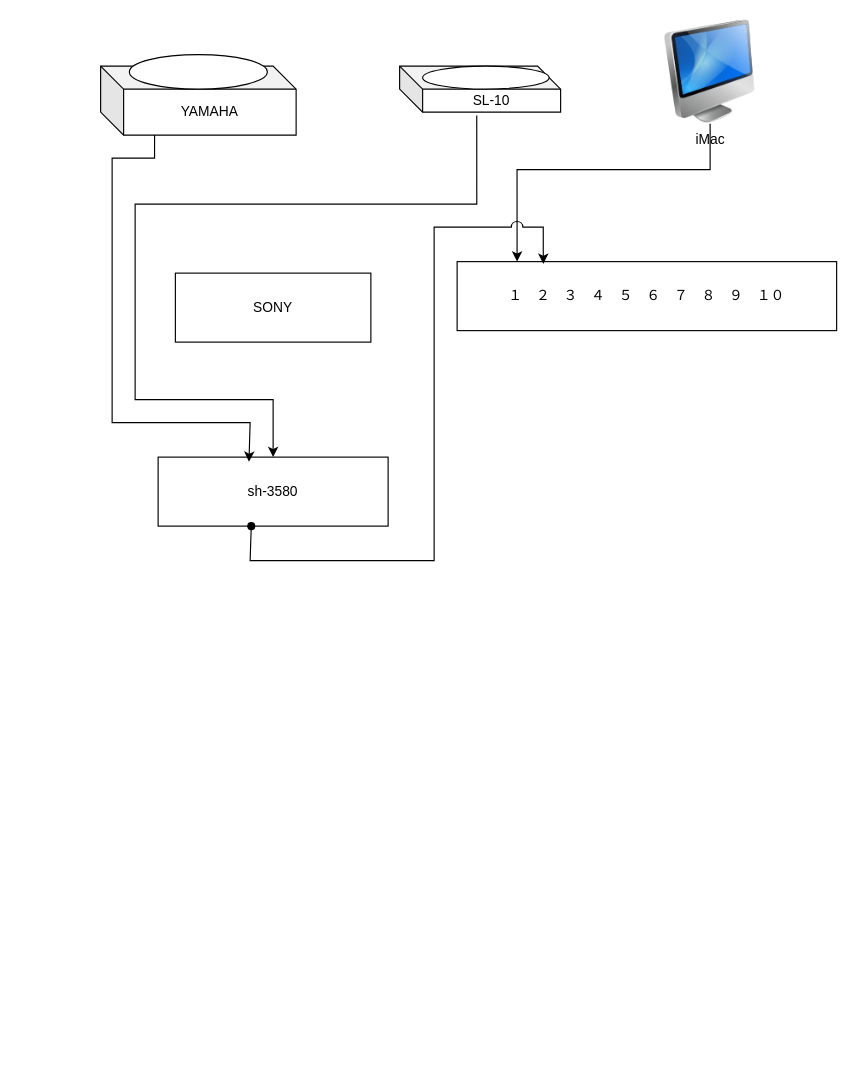
Earlier version of the draw.io diagram 名称未設定ファイル.drawio (kenzi-taka/audio-diagram). Source tidied: cells renumbered, new cells numbered last; positions are measured from the earlier drawing's top-left corner, leaving out a move shared by most shapes. Both pictures are drawn from the tidied source at 115%, with x=0, y=0 at pixel (100, 20).
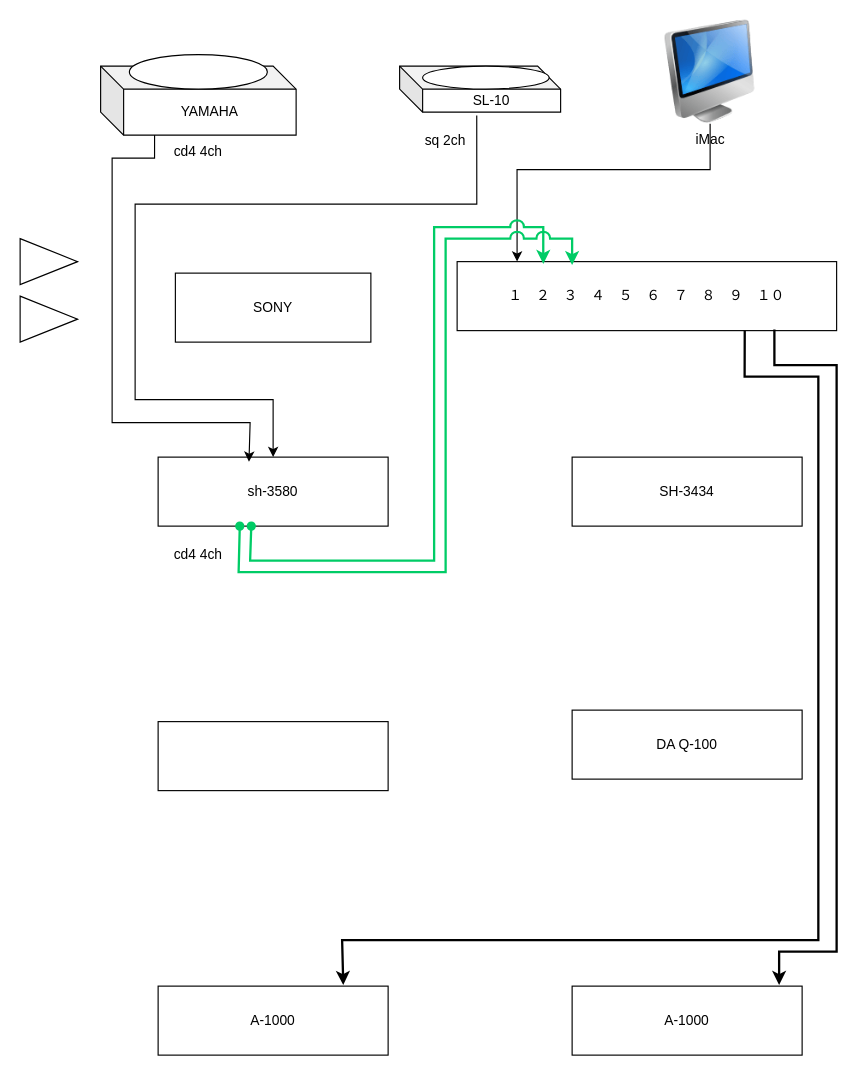
The same page after the edit.

Commit message:
名称未設定ファイル.drawio を更新

Unchanged cells that the change refers to:
```xml
<mxCell id="2" value="iMac" style="image;html=1;image=img/lib/clip_art/computers/iMac_128x128.png;" parent="1" vertex="1">
  <mxGeometry x="480" width="100" height="90" as="geometry" />
</mxCell>
<mxCell id="8" style="rounded=0;whiteSpace=wrap;html=1;" parent="1" vertex="1">
  <mxGeometry x="310" y="210" width="330" height="60" as="geometry" />
</mxCell>
<mxCell id="10" value="sh-3580" style="rounded=0;whiteSpace=wrap;html=1;" parent="1" vertex="1">
  <mxGeometry x="50" y="380" width="200" height="60" as="geometry" />
</mxCell>
```

The edit, as a diff of the source:
```diff
@@
-    <mxCell id="13" style="endArrow=classic;html=1;rounded=0;entryX=0.158;entryY=0;entryDx=0;entryDy=0;entryPerimeter=0;" parent="1" edge="1" source="2" target="8">
+    <mxCell id="13" style="endArrow=classic;html=1;rounded=0;entryX=0.158;entryY=0;entryDx=0;entryDy=0;entryPerimeter=0;strokeWidth=1;" parent="1" edge="1" source="2" target="8">
       <mxGeometry relative="1" as="geometry">
         <Array as="points">
           <mxPoint x="530" y="130" />
           <mxPoint x="362.1" y="130" />
         </Array>
       </mxGeometry>
     </mxCell>
-    <mxCell id="14" style="endArrow=classic;html=1;rounded=0;startArrow=oval;startFill=1;entryX=0.227;entryY=0.033;entryDx=0;entryDy=0;entryPerimeter=0;jumpStyle=arc;jumpSize=10;exitX=0.405;exitY=1;exitDx=0;exitDy=0;exitPerimeter=0;" parent="1" edge="1" source="10" target="8">
+    <mxCell id="14" style="endArrow=classic;html=1;rounded=0;startArrow=oval;startFill=1;entryX=0.227;entryY=0.033;entryDx=0;entryDy=0;entryPerimeter=0;jumpStyle=arc;jumpSize=10;exitX=0.405;exitY=1;exitDx=0;exitDy=0;exitPerimeter=0;strokeColor=#00CC66;strokeWidth=2;" parent="1" edge="1" source="10" target="8">
       <mxGeometry relative="1" as="geometry">
         <Array as="points">
           <mxPoint x="130" y="470" />
           <mxPoint x="290" y="470" />
           <mxPoint x="290" y="180" />
           <mxPoint x="384.9" y="180" />
         </Array>
       </mxGeometry>
     </mxCell>
+    <mxCell id="15" style="endArrow=classic;html=1;rounded=0;startArrow=oval;startFill=1;entryX=0.303;entryY=0.05;entryDx=0;entryDy=0;entryPerimeter=0;jumpStyle=arc;jumpSize=10;exitX=0.405;exitY=1;exitDx=0;exitDy=0;exitPerimeter=0;strokeColor=#00CC66;strokeWidth=2;" parent="1" edge="1" target="8">
+      <mxGeometry relative="1" as="geometry">
+        <mxPoint x="121" y="440" as="sourcePoint" />
+        <Array as="points">
+          <mxPoint x="120" y="480" />
+          <mxPoint x="300" y="480" />
+          <mxPoint x="300" y="190" />
+          <mxPoint x="410" y="190" />
+        </Array>
+      </mxGeometry>
+    </mxCell>
+    <mxCell id="16" value="sq 2ch" style="text;html=1;whiteSpace=wrap;strokeColor=none;fillColor=none;align=center;verticalAlign=middle;rounded=0;" parent="1" vertex="1">
+      <mxGeometry x="270" y="90" width="60" height="30" as="geometry" />
+    </mxCell>
+    <mxCell id="17" value="cd4 4ch" style="text;html=1;whiteSpace=wrap;strokeColor=none;fillColor=none;align=center;verticalAlign=middle;rounded=0;" parent="1" vertex="1">
+      <mxGeometry x="55" y="100" width="60" height="30" as="geometry" />
+    </mxCell>
+    <mxCell id="18" value="cd4 4ch" style="text;html=1;whiteSpace=wrap;strokeColor=none;fillColor=none;align=center;verticalAlign=middle;rounded=0;" parent="1" vertex="1">
+      <mxGeometry x="55" y="450" width="60" height="30" as="geometry" />
+    </mxCell>
+    <mxCell id="19" value="SH-3434" style="rounded=0;whiteSpace=wrap;html=1;" parent="1" vertex="1">
+      <mxGeometry x="410" y="380" width="200" height="60" as="geometry" />
+    </mxCell>
+    <mxCell id="20" style="triangle;whiteSpace=wrap;html=1;shapeInside=1;" parent="1" vertex="1">
+      <mxGeometry x="-70" y="190" width="50" height="40" as="geometry" />
+    </mxCell>
+    <mxCell id="21" style="triangle;whiteSpace=wrap;html=1;shapeInside=1;" parent="1" vertex="1">
+      <mxGeometry x="-70" y="240" width="50" height="40" as="geometry" />
+    </mxCell>
+    <mxCell id="22" style="rounded=0;whiteSpace=wrap;html=1;" parent="1" vertex="1">
+      <mxGeometry x="50" y="610" width="200" height="60" as="geometry" />
+    </mxCell>
+    <mxCell id="23" value="DA Q-100" style="rounded=0;whiteSpace=wrap;html=1;" parent="1" vertex="1">
+      <mxGeometry x="410" y="600" width="200" height="60" as="geometry" />
+    </mxCell>
+    <mxCell id="24" value="A-1000" style="rounded=0;whiteSpace=wrap;html=1;" parent="1" vertex="1">
+      <mxGeometry x="50" y="840" width="200" height="60" as="geometry" />
+    </mxCell>
+    <mxCell id="25" value="A-1000" style="rounded=0;whiteSpace=wrap;html=1;" parent="1" vertex="1">
+      <mxGeometry x="410" y="840" width="200" height="60" as="geometry" />
+    </mxCell>
+    <mxCell id="26" style="endArrow=classic;html=1;rounded=0;exitX=0.836;exitY=0.983;exitDx=0;exitDy=0;exitPerimeter=0;entryX=0.9;entryY=-0.017;entryDx=0;entryDy=0;entryPerimeter=0;strokeWidth=2;" parent="1" edge="1" source="8" target="25">
+      <mxGeometry relative="1" as="geometry">
+        <Array as="points">
+          <mxPoint x="585.9" y="300" />
+          <mxPoint x="640" y="300" />
+          <mxPoint x="640" y="810" />
+          <mxPoint x="590" y="810" />
+        </Array>
+      </mxGeometry>
+    </mxCell>
+    <mxCell id="27" style="endArrow=classic;html=1;rounded=0;exitX=0.836;exitY=0.983;exitDx=0;exitDy=0;exitPerimeter=0;entryX=0.805;entryY=-0.017;entryDx=0;entryDy=0;entryPerimeter=0;strokeWidth=2;" parent="1" edge="1" target="24">
+      <mxGeometry relative="1" as="geometry">
+        <mxPoint x="560.1" y="270" as="sourcePoint" />
+        <Array as="points">
+          <mxPoint x="560" y="310" />
+          <mxPoint x="624.1" y="310" />
+          <mxPoint x="624.1" y="800" />
+          <mxPoint x="210" y="800" />
+        </Array>
+      </mxGeometry>
+    </mxCell>
```
